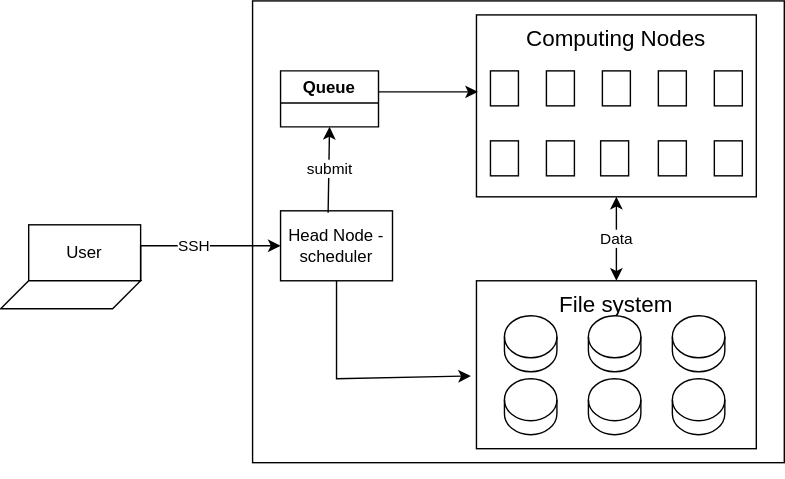
mlr-org/mlr3book keeps this draw.io diagram as book/Figures/hpc.drawio.svg. Above is the earlier version. Source tidied: cells renumbered, new cells last; positions are measured from the earlier drawing's top-left corner, leaving out a move shared by most shapes.
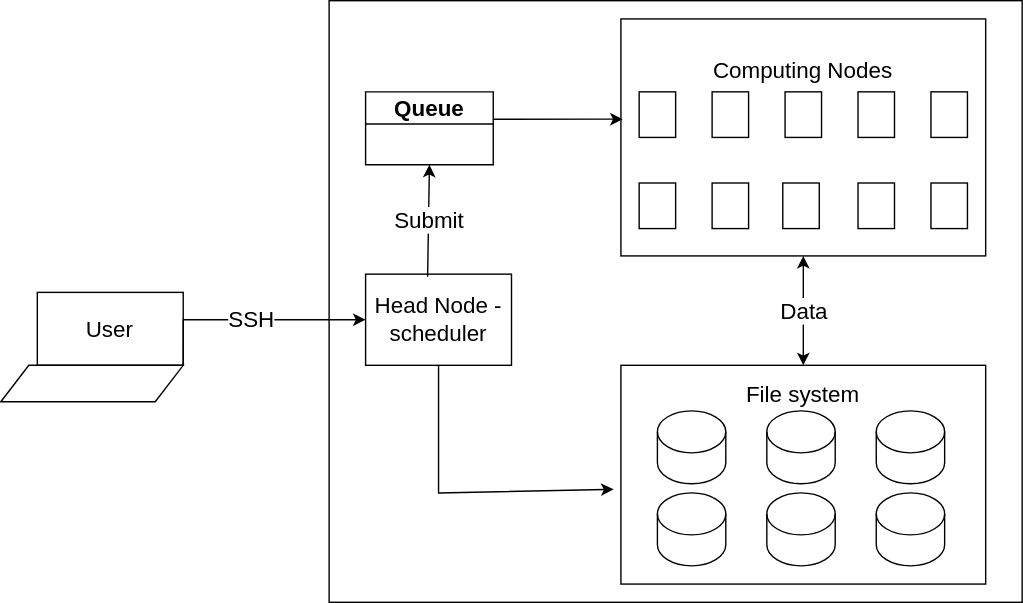
After the change.

Diff of the diagram source:
```diff
@@ -2,96 +2,99 @@
   <root>
     <mxCell id="0" />
     <mxCell id="1" parent="0" />
+    <mxCell id="31" style="group;" parent="1" vertex="1">
+      <mxGeometry width="730" height="430" as="geometry" />
+    </mxCell>
-    <mxCell id="2" style="rounded=0;whiteSpace=wrap;html=1;fillColor=none;" parent="1" vertex="1">
-      <mxGeometry x="180" width="380" height="330" as="geometry" />
+    <mxCell id="2" style="rounded=0;whiteSpace=wrap;html=1;fillColor=none;" parent="31" vertex="1">
+      <mxGeometry x="234.6" width="495.4" height="430" as="geometry" />
     </mxCell>
-    <mxCell id="3" value="&lt;div&gt;&lt;font style=&quot;font-size: 16px;&quot;&gt;Computing Nodes&lt;br&gt;&lt;/font&gt;&lt;/div&gt;&lt;div&gt;&lt;font style=&quot;font-size: 16px;&quot;&gt;&lt;br&gt;&lt;/font&gt;&lt;/div&gt;&lt;div&gt;&lt;font style=&quot;font-size: 16px;&quot;&gt;&lt;br&gt;&lt;/font&gt;&lt;/div&gt;&lt;div&gt;&lt;font style=&quot;font-size: 16px;&quot;&gt;&lt;br&gt;&lt;/font&gt;&lt;/div&gt;&lt;div&gt;&lt;font style=&quot;font-size: 16px;&quot;&gt;&lt;br&gt;&lt;/font&gt;&lt;/div&gt;&lt;div&gt;&lt;font style=&quot;font-size: 16px;&quot;&gt;&lt;br&gt;&lt;/font&gt;&lt;/div&gt;" style="rounded=0;whiteSpace=wrap;html=1;fillColor=none;" parent="1" vertex="1">
-      <mxGeometry x="340" y="10" width="200" height="130" as="geometry" />
+    <mxCell id="3" value="&lt;div&gt;&lt;font style=&quot;font-size: 16px;&quot;&gt;Computing Nodes&lt;br&gt;&lt;/font&gt;&lt;/div&gt;&lt;div&gt;&lt;font style=&quot;font-size: 16px;&quot;&gt;&lt;br&gt;&lt;/font&gt;&lt;/div&gt;&lt;div&gt;&lt;font style=&quot;font-size: 16px;&quot;&gt;&lt;br&gt;&lt;/font&gt;&lt;/div&gt;&lt;div&gt;&lt;font style=&quot;font-size: 16px;&quot;&gt;&lt;br&gt;&lt;/font&gt;&lt;/div&gt;&lt;div&gt;&lt;font style=&quot;font-size: 16px;&quot;&gt;&lt;br&gt;&lt;/font&gt;&lt;/div&gt;&lt;div&gt;&lt;font style=&quot;font-size: 16px;&quot;&gt;&lt;br&gt;&lt;/font&gt;&lt;/div&gt;" style="rounded=0;whiteSpace=wrap;html=1;fillColor=none;" parent="31" vertex="1">
+      <mxGeometry x="443.2" y="13" width="260.7" height="169.4" as="geometry" />
     </mxCell>
-    <mxCell id="4" value="&lt;div&gt;&lt;br&gt;&lt;/div&gt;&lt;div&gt;&lt;br&gt;&lt;/div&gt;&lt;div style=&quot;font-size: 16px;&quot;&gt;&lt;font style=&quot;font-size: 16px;&quot;&gt;File system&lt;/font&gt;&lt;/div&gt;&lt;div style=&quot;font-size: 16px;&quot;&gt;&lt;font style=&quot;font-size: 16px;&quot;&gt;&lt;br&gt;&lt;/font&gt;&lt;/div&gt;&lt;div style=&quot;font-size: 16px;&quot;&gt;&lt;font style=&quot;font-size: 16px;&quot;&gt;&lt;br&gt;&lt;/font&gt;&lt;/div&gt;&lt;div style=&quot;font-size: 16px;&quot;&gt;&lt;font style=&quot;font-size: 16px;&quot;&gt;&lt;br&gt;&lt;/font&gt;&lt;/div&gt;&lt;div style=&quot;font-size: 16px;&quot;&gt;&lt;font style=&quot;font-size: 16px;&quot;&gt;&lt;br&gt;&lt;/font&gt;&lt;/div&gt;&lt;div style=&quot;font-size: 16px;&quot;&gt;&lt;font style=&quot;font-size: 16px;&quot;&gt;&lt;br&gt;&lt;/font&gt;&lt;/div&gt;&lt;div style=&quot;font-size: 16px;&quot;&gt;&lt;font style=&quot;font-size: 16px;&quot;&gt;&lt;br&gt;&lt;/font&gt;&lt;/div&gt;" style="rounded=0;whiteSpace=wrap;html=1;fillColor=none;" parent="1" vertex="1">
-      <mxGeometry x="340" y="200" width="200" height="120" as="geometry" />
+    <mxCell id="4" value="&lt;div style=&quot;font-size: 16px;&quot; align=&quot;center&quot;&gt;&lt;font style=&quot;font-size: 16px;&quot;&gt;File system&lt;/font&gt;&lt;/div&gt;&lt;div style=&quot;font-size: 16px;&quot; align=&quot;center&quot;&gt;&lt;font style=&quot;font-size: 16px;&quot;&gt;&lt;br&gt;&lt;/font&gt;&lt;/div&gt;&lt;div style=&quot;font-size: 16px;&quot; align=&quot;center&quot;&gt;&lt;font style=&quot;font-size: 16px;&quot;&gt;&lt;br&gt;&lt;/font&gt;&lt;/div&gt;&lt;div style=&quot;font-size: 16px;&quot; align=&quot;center&quot;&gt;&lt;font style=&quot;font-size: 16px;&quot;&gt;&lt;br&gt;&lt;/font&gt;&lt;/div&gt;&lt;div style=&quot;font-size: 16px;&quot; align=&quot;center&quot;&gt;&lt;font style=&quot;font-size: 16px;&quot;&gt;&lt;br&gt;&lt;/font&gt;&lt;/div&gt;&lt;div style=&quot;font-size: 16px;&quot; align=&quot;center&quot;&gt;&lt;font style=&quot;font-size: 16px;&quot;&gt;&lt;br&gt;&lt;/font&gt;&lt;/div&gt;&lt;div style=&quot;font-size: 16px;&quot; align=&quot;center&quot;&gt;&lt;font style=&quot;font-size: 16px;&quot;&gt;&lt;br&gt;&lt;/font&gt;&lt;/div&gt;" style="rounded=0;whiteSpace=wrap;html=1;fillColor=none;align=center;" parent="31" vertex="1">
+      <mxGeometry x="443.2" y="260.6" width="260.7" height="156.4" as="geometry" />
     </mxCell>
-    <mxCell id="5" value="Head Node - scheduler" style="rounded=0;whiteSpace=wrap;html=1;" parent="1" vertex="1">
-      <mxGeometry x="200" y="150" width="80" height="50" as="geometry" />
+    <mxCell id="5" value="&lt;font style=&quot;font-size: 16px;&quot;&gt;Head Node - scheduler&lt;/font&gt;" style="rounded=0;whiteSpace=wrap;html=1;" parent="31" vertex="1">
+      <mxGeometry x="260.7" y="195.5" width="104.3" height="65.2" as="geometry" />
     </mxCell>
-    <mxCell id="6" style="shape=cylinder3;whiteSpace=wrap;html=1;boundedLbl=1;backgroundOutline=1;size=15;" parent="1" vertex="1">
-      <mxGeometry x="360" y="270" width="37.5" height="40" as="geometry" />
+    <mxCell id="6" style="shape=cylinder3;whiteSpace=wrap;html=1;boundedLbl=1;backgroundOutline=1;size=15;" parent="31" vertex="1">
+      <mxGeometry x="469.3" y="351.8" width="48.9" height="52.1" as="geometry" />
     </mxCell>
-    <mxCell id="7" style="shape=cylinder3;whiteSpace=wrap;html=1;boundedLbl=1;backgroundOutline=1;size=15;" parent="1" vertex="1">
-      <mxGeometry x="420" y="270" width="37.5" height="40" as="geometry" />
+    <mxCell id="7" style="shape=cylinder3;whiteSpace=wrap;html=1;boundedLbl=1;backgroundOutline=1;size=15;" parent="31" vertex="1">
+      <mxGeometry x="547.5" y="351.8" width="48.9" height="52.1" as="geometry" />
     </mxCell>
-    <mxCell id="8" style="shape=cylinder3;whiteSpace=wrap;html=1;boundedLbl=1;backgroundOutline=1;size=15;" parent="1" vertex="1">
-      <mxGeometry x="480" y="270" width="37.5" height="40" as="geometry" />
+    <mxCell id="8" style="shape=cylinder3;whiteSpace=wrap;html=1;boundedLbl=1;backgroundOutline=1;size=15;" parent="31" vertex="1">
+      <mxGeometry x="625.7" y="351.8" width="48.9" height="52.1" as="geometry" />
     </mxCell>
-    <mxCell id="9" style="shape=cylinder3;whiteSpace=wrap;html=1;boundedLbl=1;backgroundOutline=1;size=15;" parent="1" vertex="1">
-      <mxGeometry x="360" y="225" width="37.5" height="40" as="geometry" />
+    <mxCell id="9" style="shape=cylinder3;whiteSpace=wrap;html=1;boundedLbl=1;backgroundOutline=1;size=15;" parent="31" vertex="1">
+      <mxGeometry x="469.3" y="293.2" width="48.9" height="52.1" as="geometry" />
     </mxCell>
-    <mxCell id="10" style="shape=cylinder3;whiteSpace=wrap;html=1;boundedLbl=1;backgroundOutline=1;size=15;" parent="1" vertex="1">
-      <mxGeometry x="420" y="225" width="37.5" height="40" as="geometry" />
+    <mxCell id="10" style="shape=cylinder3;whiteSpace=wrap;html=1;boundedLbl=1;backgroundOutline=1;size=15;" parent="31" vertex="1">
+      <mxGeometry x="547.5" y="293.2" width="48.9" height="52.1" as="geometry" />
     </mxCell>
-    <mxCell id="11" style="shape=cylinder3;whiteSpace=wrap;html=1;boundedLbl=1;backgroundOutline=1;size=15;" parent="1" vertex="1">
-      <mxGeometry x="480" y="225" width="37.5" height="40" as="geometry" />
+    <mxCell id="11" style="shape=cylinder3;whiteSpace=wrap;html=1;boundedLbl=1;backgroundOutline=1;size=15;" parent="31" vertex="1">
+      <mxGeometry x="625.7" y="293.2" width="48.9" height="52.1" as="geometry" />
     </mxCell>
-    <mxCell id="12" style="group;" parent="1" vertex="1">
-      <mxGeometry y="160" width="100" height="60" as="geometry" />
+    <mxCell id="12" style="group;" parent="31" vertex="1">
+      <mxGeometry y="208.5" width="130.4" height="78.2" as="geometry" />
     </mxCell>
-    <mxCell id="13" value="User" style="rounded=0;whiteSpace=wrap;html=1;" parent="12" vertex="1">
-      <mxGeometry x="20" width="80" height="40" as="geometry" />
+    <mxCell id="13" value="&lt;font style=&quot;font-size: 16px;&quot;&gt;User&lt;/font&gt;" style="rounded=0;whiteSpace=wrap;html=1;" parent="12" vertex="1">
+      <mxGeometry x="26.1" width="104.3" height="52.1" as="geometry" />
     </mxCell>
     <mxCell id="14" style="shape=parallelogram;perimeter=parallelogramPerimeter;whiteSpace=wrap;html=1;fixedSize=1;" parent="12" vertex="1">
-      <mxGeometry y="40" width="100" height="20" as="geometry" />
+      <mxGeometry y="52.1" width="130.4" height="26.1" as="geometry" />
     </mxCell>
-    <mxCell id="15" style="rounded=0;whiteSpace=wrap;html=1;" parent="1" vertex="1">
-      <mxGeometry x="470" y="100" width="20" height="25" as="geometry" />
+    <mxCell id="15" style="rounded=0;whiteSpace=wrap;html=1;" parent="31" vertex="1">
+      <mxGeometry x="612.7" y="130.3" width="26.1" height="32.6" as="geometry" />
     </mxCell>
-    <mxCell id="16" style="rounded=0;whiteSpace=wrap;html=1;" parent="1" vertex="1">
-      <mxGeometry x="510" y="100" width="20" height="25" as="geometry" />
+    <mxCell id="16" style="rounded=0;whiteSpace=wrap;html=1;" parent="31" vertex="1">
+      <mxGeometry x="664.8" y="130.3" width="26.1" height="32.6" as="geometry" />
     </mxCell>
-    <mxCell id="17" style="rounded=0;whiteSpace=wrap;html=1;" parent="1" vertex="1">
-      <mxGeometry x="428.8" y="100" width="20" height="25" as="geometry" />
+    <mxCell id="17" style="rounded=0;whiteSpace=wrap;html=1;" parent="31" vertex="1">
+      <mxGeometry x="558.9" y="130.3" width="26.1" height="32.6" as="geometry" />
     </mxCell>
-    <mxCell id="18" style="rounded=0;whiteSpace=wrap;html=1;" parent="1" vertex="1">
-      <mxGeometry x="350" y="100" width="20" height="25" as="geometry" />
+    <mxCell id="18" style="rounded=0;whiteSpace=wrap;html=1;" parent="31" vertex="1">
+      <mxGeometry x="456.2" y="130.3" width="26.1" height="32.6" as="geometry" />
     </mxCell>
-    <mxCell id="19" style="rounded=0;whiteSpace=wrap;html=1;" parent="1" vertex="1">
-      <mxGeometry x="390" y="100" width="20" height="25" as="geometry" />
+    <mxCell id="19" style="rounded=0;whiteSpace=wrap;html=1;" parent="31" vertex="1">
+      <mxGeometry x="508.4" y="130.3" width="26.1" height="32.6" as="geometry" />
     </mxCell>
-    <mxCell id="20" style="rounded=0;whiteSpace=wrap;html=1;" parent="1" vertex="1">
-      <mxGeometry x="350" y="50" width="20" height="25" as="geometry" />
+    <mxCell id="20" style="rounded=0;whiteSpace=wrap;html=1;" parent="31" vertex="1">
+      <mxGeometry x="456.2" y="65.2" width="26.1" height="32.6" as="geometry" />
     </mxCell>
-    <mxCell id="21" style="rounded=0;whiteSpace=wrap;html=1;" parent="1" vertex="1">
-      <mxGeometry x="430" y="50" width="20" height="25" as="geometry" />
+    <mxCell id="21" style="rounded=0;whiteSpace=wrap;html=1;" parent="31" vertex="1">
+      <mxGeometry x="560.5" y="65.2" width="26.1" height="32.6" as="geometry" />
     </mxCell>
-    <mxCell id="22" style="rounded=0;whiteSpace=wrap;html=1;" parent="1" vertex="1">
-      <mxGeometry x="470" y="50" width="20" height="25" as="geometry" />
+    <mxCell id="22" style="rounded=0;whiteSpace=wrap;html=1;" parent="31" vertex="1">
+      <mxGeometry x="612.7" y="65.2" width="26.1" height="32.6" as="geometry" />
     </mxCell>
-    <mxCell id="23" style="rounded=0;whiteSpace=wrap;html=1;" parent="1" vertex="1">
-      <mxGeometry x="510" y="50" width="20" height="25" as="geometry" />
+    <mxCell id="23" style="rounded=0;whiteSpace=wrap;html=1;" parent="31" vertex="1">
+      <mxGeometry x="664.8" y="65.2" width="26.1" height="32.6" as="geometry" />
     </mxCell>
-    <mxCell id="24" value="SSH" style="edgeStyle=orthogonalEdgeStyle;rounded=0;jettySize=auto;html=1;exitX=1;exitY=0;exitDx=0;exitDy=0;entryX=0;entryY=0.5;entryDx=0;entryDy=0;" parent="1" edge="1" source="14" target="5">
+    <mxCell id="24" value="&lt;font style=&quot;font-size: 16px;&quot;&gt;SSH&lt;/font&gt;" style="edgeStyle=orthogonalEdgeStyle;rounded=0;jettySize=auto;html=1;exitX=1;exitY=0;exitDx=0;exitDy=0;entryX=0;entryY=0.5;entryDx=0;entryDy=0;" parent="31" edge="1" source="14" target="5">
       <mxGeometry relative="1" as="geometry" />
     </mxCell>
-    <mxCell id="25" value="Data" style="endArrow=classic;startArrow=classic;html=1;rounded=0;entryX=0.5;entryY=1;entryDx=0;entryDy=0;" parent="1" edge="1" source="4" target="3">
+    <mxCell id="25" value="&lt;font style=&quot;font-size: 16px;&quot;&gt;Data&lt;/font&gt;" style="endArrow=classic;startArrow=classic;html=1;rounded=0;entryX=0.5;entryY=1;entryDx=0;entryDy=0;" parent="31" edge="1" source="4" target="3">
       <mxGeometry relative="1" as="geometry" />
     </mxCell>
-    <mxCell id="26" style="rounded=0;whiteSpace=wrap;html=1;" parent="1" vertex="1">
-      <mxGeometry x="390" y="50" width="20" height="25" as="geometry" />
+    <mxCell id="26" style="rounded=0;whiteSpace=wrap;html=1;" parent="31" vertex="1">
+      <mxGeometry x="508.4" y="65.2" width="26.1" height="32.6" as="geometry" />
     </mxCell>
-    <mxCell id="27" value="&lt;div&gt;Queue&lt;/div&gt;" style="swimlane;whiteSpace=wrap;html=1;" parent="1" vertex="1">
-      <mxGeometry x="200" y="50" width="70" height="40" as="geometry" />
+    <mxCell id="27" value="&lt;div style=&quot;font-size: 13px;&quot;&gt;&lt;font style=&quot;font-size: 16px;&quot;&gt;Queue&lt;/font&gt;&lt;/div&gt;" style="swimlane;whiteSpace=wrap;html=1;" parent="31" vertex="1">
+      <mxGeometry x="260.7" y="65.2" width="91.2" height="52.1" as="geometry" />
     </mxCell>
-    <mxCell id="28" value="submit" style="endArrow=classic;html=1;rounded=0;exitX=0.425;exitY=0.029;exitDx=0;exitDy=0;entryX=0.5;entryY=1;entryDx=0;entryDy=0;exitPerimeter=0;" parent="1" edge="1" source="5" target="27">
+    <mxCell id="28" value="&lt;font style=&quot;font-size: 16px;&quot;&gt;Submit&lt;/font&gt;" style="endArrow=classic;html=1;rounded=0;exitX=0.425;exitY=0.029;exitDx=0;exitDy=0;entryX=0.5;entryY=1;entryDx=0;entryDy=0;exitPerimeter=0;" parent="31" edge="1" source="5" target="27">
       <mxGeometry relative="1" as="geometry" />
     </mxCell>
-    <mxCell id="29" style="endArrow=classic;html=1;rounded=0;entryX=0.005;entryY=0.423;entryDx=0;entryDy=0;entryPerimeter=0;" parent="1" edge="1" target="3">
+    <mxCell id="29" style="endArrow=classic;html=1;rounded=0;entryX=0.005;entryY=0.423;entryDx=0;entryDy=0;entryPerimeter=0;" parent="31" edge="1" target="3">
       <mxGeometry relative="1" as="geometry">
-        <mxPoint x="270" y="65" as="sourcePoint" />
+        <mxPoint x="352" y="84.7" as="sourcePoint" />
       </mxGeometry>
     </mxCell>
-    <mxCell id="30" style="endArrow=classic;html=1;rounded=0;exitX=0.5;exitY=1;exitDx=0;exitDy=0;entryX=-0.02;entryY=0.567;entryDx=0;entryDy=0;entryPerimeter=0;" parent="1" edge="1" source="5" target="4">
+    <mxCell id="30" style="endArrow=classic;html=1;rounded=0;exitX=0.5;exitY=1;exitDx=0;exitDy=0;entryX=-0.02;entryY=0.567;entryDx=0;entryDy=0;entryPerimeter=0;" parent="31" edge="1" source="5" target="4">
       <mxGeometry relative="1" as="geometry">
         <Array as="points">
-          <mxPoint x="240" y="270" />
+          <mxPoint x="312.9" y="351.8" />
         </Array>
       </mxGeometry>
     </mxCell>
```
